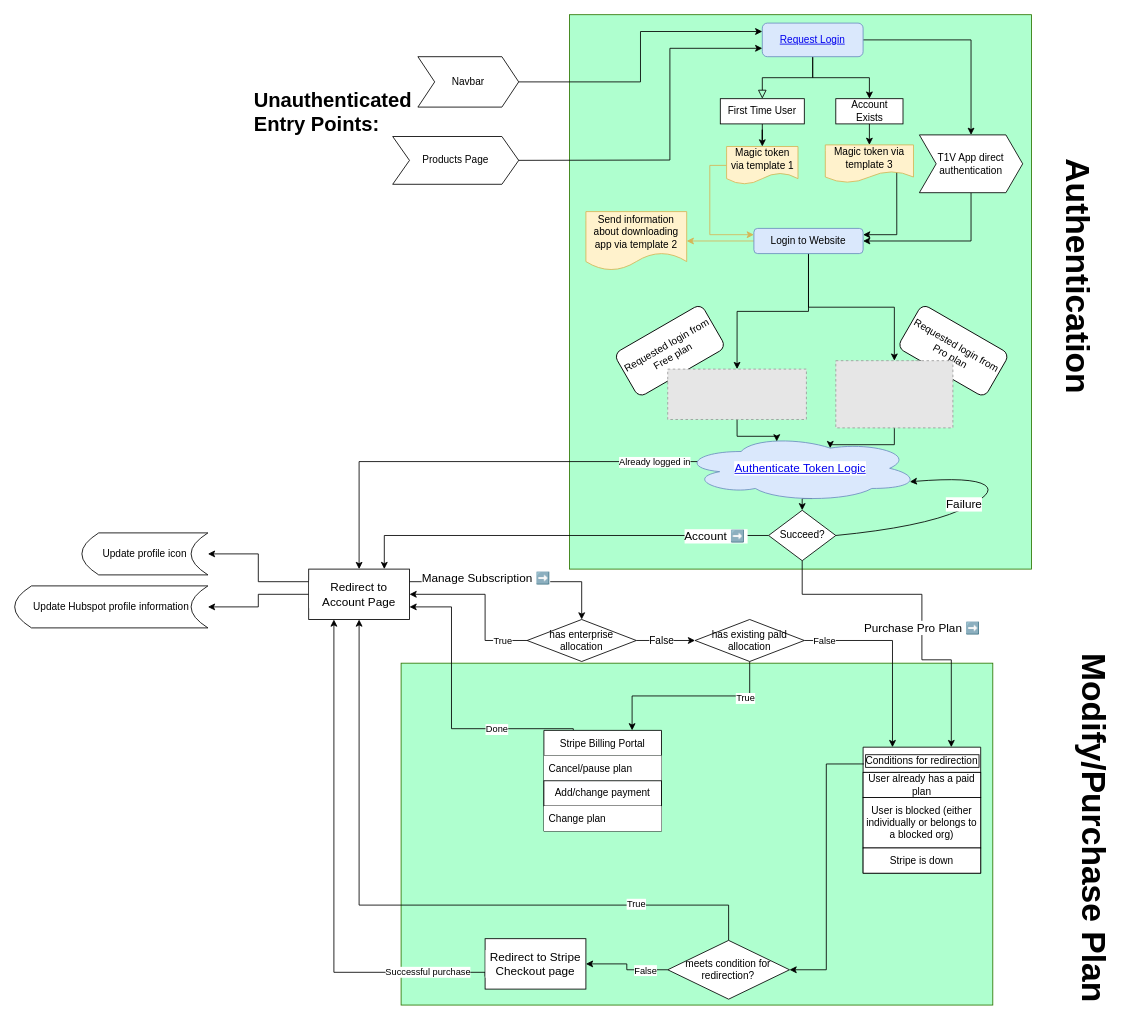
Before: page "Login Flow" (1 of 3) of Untitled Diagram.drawio in pbt1v/flowcharts, a draw.io diagram. Source tidied: cells renumbered, new cells numbered last; positions are measured from the earlier drawing's top-left corner, leaving out a move shared by most shapes. Both pictures are drawn from the tidied source at 84%, with x=0, y=0 at pixel (14, 14). Pictures stored in the file or linked from it are replaced by grey dashed boxes.
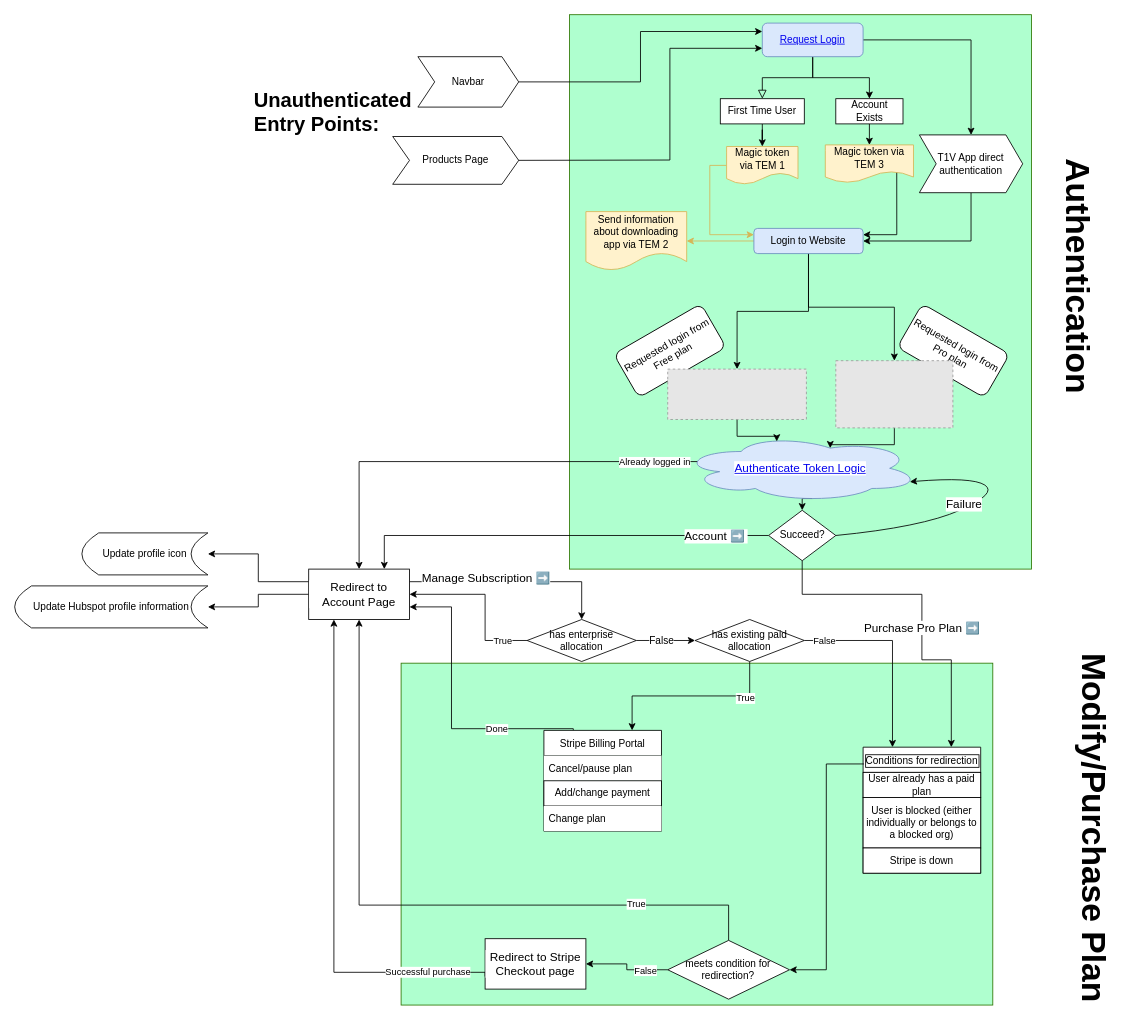
The same diagram, later.

What changed in the source:
```diff
@@
-    <mxCell id="11" value="Magic token via template 3" style="shape=document;whiteSpace=wrap;html=1;boundedLbl=1;shadow=0;fontFamily=Helvetica;fontSize=12;align=center;strokeColor=#d6b656;strokeWidth=1;fillColor=#fff2cc;" parent="1" vertex="1">
+    <mxCell id="11" value="Magic token via TEM 3" style="shape=document;whiteSpace=wrap;html=1;boundedLbl=1;shadow=0;fontFamily=Helvetica;fontSize=12;align=center;strokeColor=#d6b656;strokeWidth=1;fillColor=#fff2cc;" parent="1" vertex="1">
       <mxGeometry x="965" y="155" width="105" height="45" as="geometry" />
     </mxCell>
@@
-    <mxCell id="15" value="Magic token via template 1" style="shape=document;whiteSpace=wrap;html=1;boundedLbl=1;shadow=0;fontFamily=Helvetica;fontSize=12;align=center;strokeColor=#d6b656;strokeWidth=1;fillColor=#fff2cc;" parent="1" vertex="1">
+    <mxCell id="15" value="Magic token via TEM 1" style="shape=document;whiteSpace=wrap;html=1;boundedLbl=1;shadow=0;fontFamily=Helvetica;fontSize=12;align=center;strokeColor=#d6b656;strokeWidth=1;fillColor=#fff2cc;" parent="1" vertex="1">
       <mxGeometry x="847.5" y="156.9" width="85" height="45" as="geometry" />
     </mxCell>
@@
-    <mxCell id="20" value="Send information about downloading app via template 2" style="shape=document;whiteSpace=wrap;html=1;boundedLbl=1;rounded=1;fillColor=#fff2cc;strokeColor=#d6b656;" parent="1" vertex="1">
+    <mxCell id="20" value="Send information about downloading app via TEM 2" style="shape=document;whiteSpace=wrap;html=1;boundedLbl=1;rounded=1;fillColor=#fff2cc;strokeColor=#d6b656;" parent="1" vertex="1">
       <mxGeometry x="680" y="234.4" width="120" height="70" as="geometry" />
     </mxCell>
```
